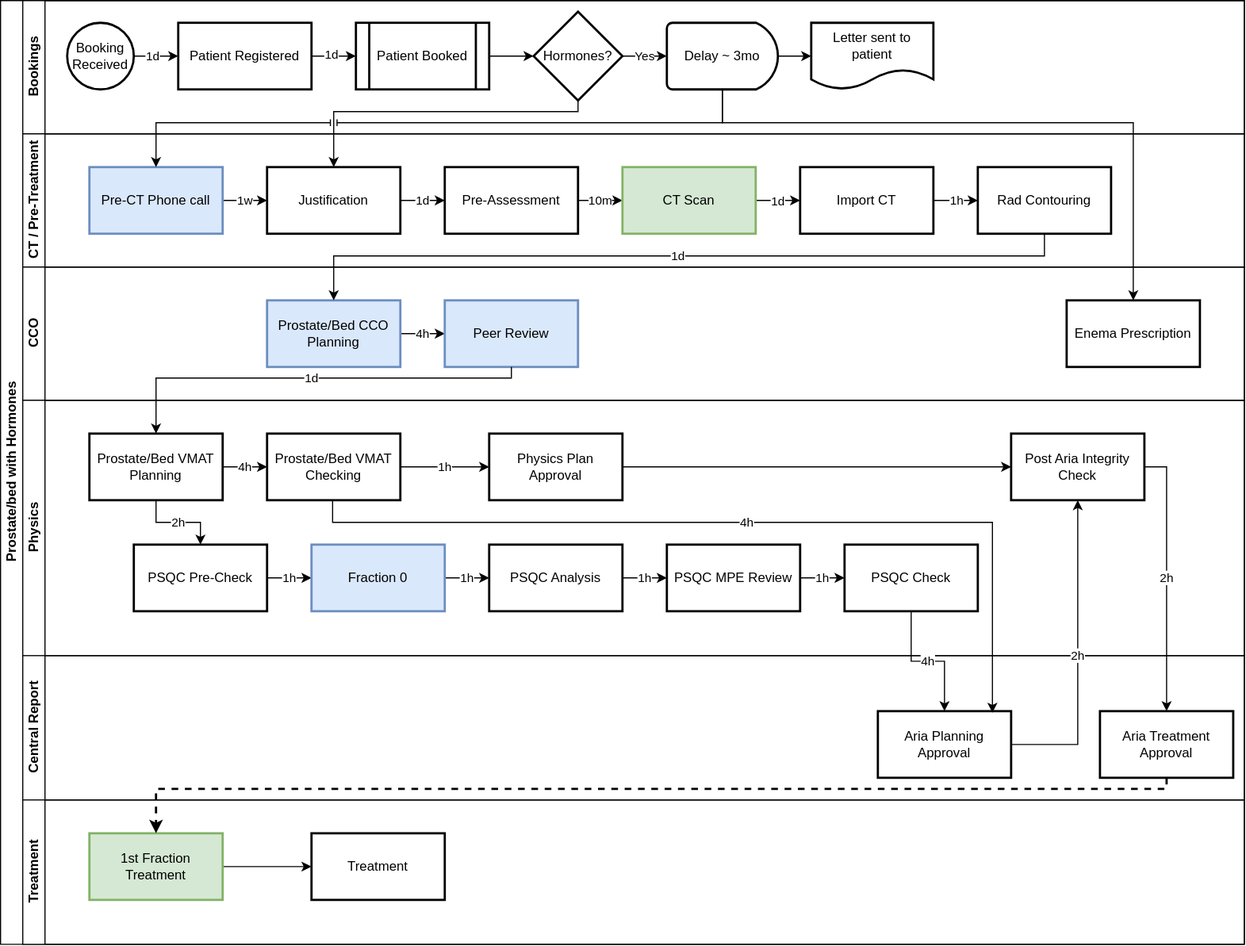
This is Assets/ProstateOnly_Hormone.svg from MCollins87/CarePathReview, a draw.io export, as it was before one commit. Source tidied: cells renumbered, new cells last; positions are measured from the earlier drawing's top-left corner, leaving out a move shared by most shapes.
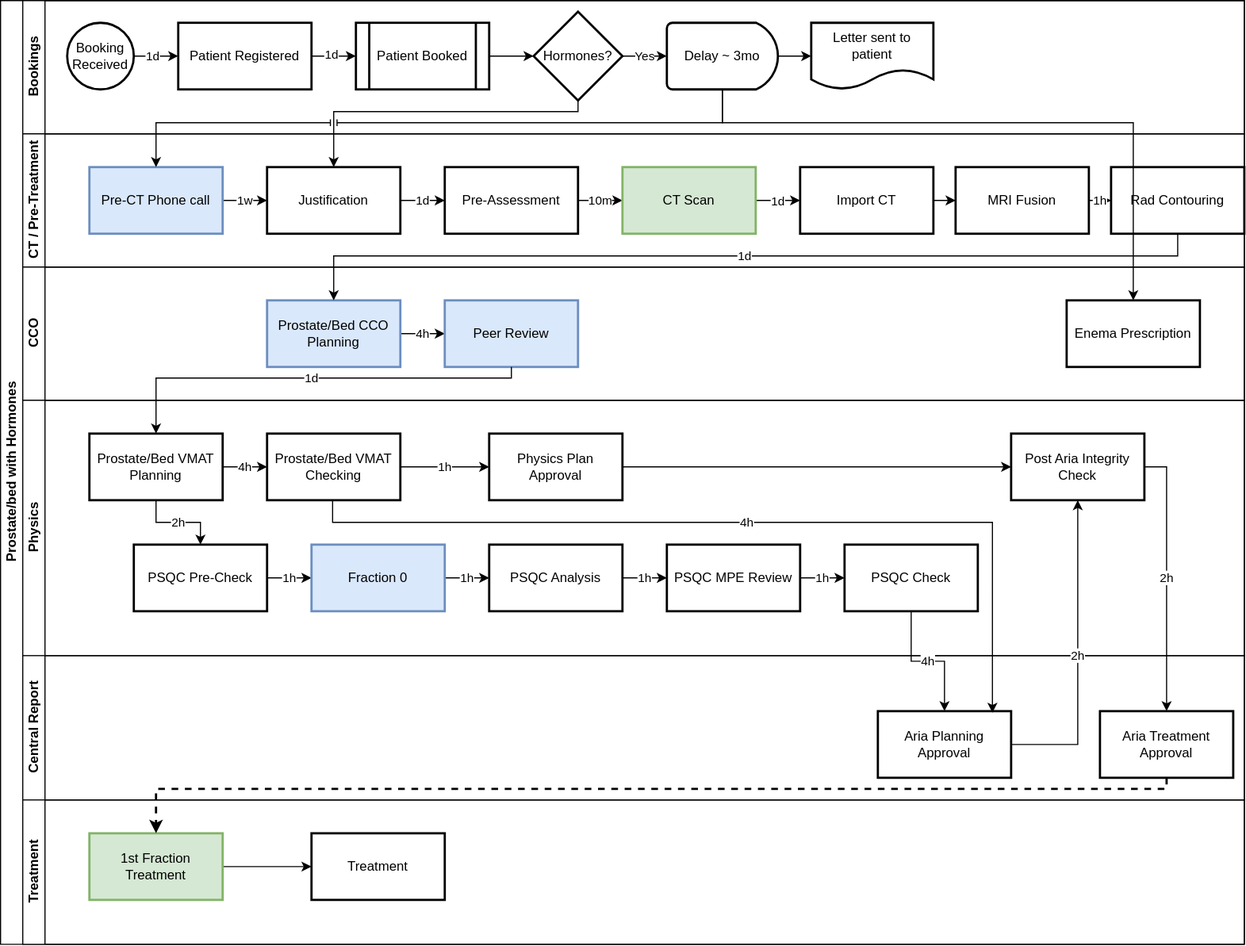
After the change.

What changed in the source:
```diff
@@ -81,14 +81,20 @@
       <mxGeometry x="700" y="30" width="120" height="60" as="geometry" />
     </mxCell>
     <mxCell id="28" value="Rad Contouring" style="whiteSpace=wrap;html=1;strokeWidth=2;" parent="17" vertex="1">
-      <mxGeometry x="860" y="30" width="120" height="60" as="geometry" />
+      <mxGeometry x="980" y="30" width="120" height="60" as="geometry" />
     </mxCell>
-    <mxCell id="29" style="edgeStyle=orthogonalEdgeStyle;rounded=0;jettySize=auto;html=1;" parent="17" edge="1" source="27" target="28">
+    <mxCell id="29" style="edgeStyle=orthogonalEdgeStyle;rounded=0;jettySize=auto;html=1;" parent="17" edge="1" source="71" target="28">
       <mxGeometry relative="1" as="geometry" />
     </mxCell>
     <mxCell id="30" value="1h" style="edgeLabel;html=1;align=center;verticalAlign=middle;" parent="29" vertex="1">
       <mxGeometry x="0.03" relative="1" as="geometry" />
     </mxCell>
+    <mxCell id="71" value="MRI Fusion" style="whiteSpace=wrap;html=1;strokeWidth=2;" parent="17" vertex="1">
+      <mxGeometry x="840" y="30" width="120" height="60" as="geometry" />
+    </mxCell>
+    <mxCell id="72" style="edgeStyle=orthogonalEdgeStyle;rounded=0;jettySize=auto;html=1;" parent="17" edge="1" source="27" target="71">
+      <mxGeometry relative="1" as="geometry" />
+    </mxCell>
     <mxCell id="31" value="CCO" style="swimlane;html=1;startSize=20;horizontal=0;" parent="2" vertex="1">
       <mxGeometry x="20" y="240" width="1100" height="120" as="geometry" />
     </mxCell>
@@ -182,7 +188,7 @@
     <mxCell id="61" value="1d" style="edgeStyle=orthogonalEdgeStyle;rounded=0;jettySize=auto;html=1;entryX=0.5;entryY=0;entryDx=0;entryDy=0;" parent="2" edge="1" source="28" target="33">
       <mxGeometry relative="1" as="geometry">
         <Array as="points">
-          <mxPoint x="940" y="230" />
+          <mxPoint x="1060" y="230" />
           <mxPoint x="300" y="230" />
         </Array>
       </mxGeometry>
```
